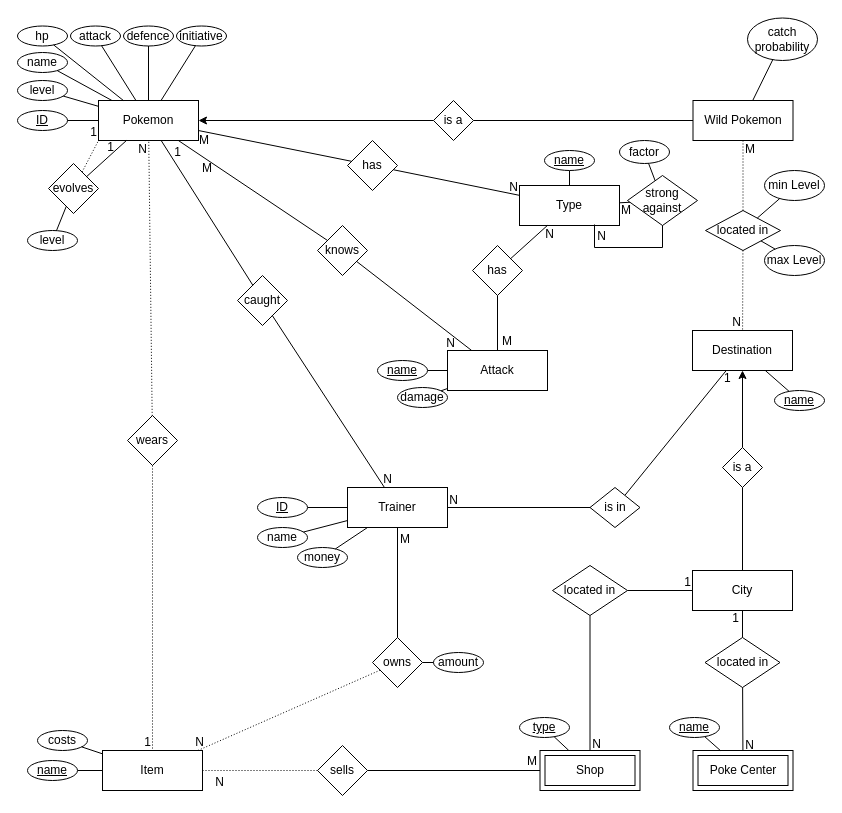
Earlier version of the draw.io diagram Pokemon Scuffed Gray.drawio (mypictur3esforu/Pokemon-Scuffed-Grey). Source tidied: cells renumbered, new cells numbered last; positions are measured from the earlier drawing's top-left corner, leaving out a move shared by most shapes. Both pictures are drawn from the tidied source at 100%, with x=0, y=0 at pixel (17, 17).
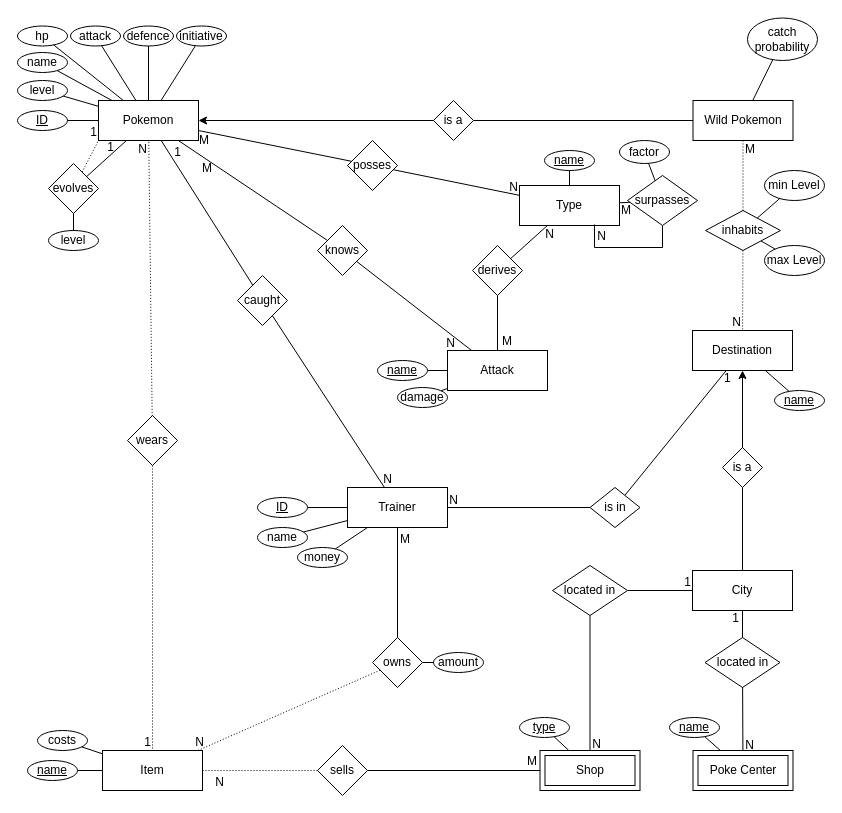
Above is the later version.

Diff of the diagram source:
```diff
@@
-    <mxCell id="57" value="has" style="shape=rhombus;perimeter=rhombusPerimeter;whiteSpace=wrap;html=1;align=center;" parent="1" vertex="1">
+    <mxCell id="57" value="posses" style="shape=rhombus;perimeter=rhombusPerimeter;whiteSpace=wrap;html=1;align=center;" parent="1" vertex="1">
       <mxGeometry x="330" y="123" width="50" height="50" as="geometry" />
     </mxCell>
@@
-    <mxCell id="62" value="strong against" style="shape=rhombus;perimeter=rhombusPerimeter;whiteSpace=wrap;html=1;align=center;" parent="1" vertex="1">
+    <mxCell id="62" value="surpasses" style="shape=rhombus;perimeter=rhombusPerimeter;whiteSpace=wrap;html=1;align=center;" parent="1" vertex="1">
       <mxGeometry x="610" y="158" width="70" height="50" as="geometry" />
     </mxCell>
@@
-    <mxCell id="67" value="located in" style="shape=rhombus;perimeter=rhombusPerimeter;whiteSpace=wrap;html=1;align=center;" parent="1" vertex="1">
+    <mxCell id="67" value="inhabits" style="shape=rhombus;perimeter=rhombusPerimeter;whiteSpace=wrap;html=1;align=center;" parent="1" vertex="1">
       <mxGeometry x="688" y="193" width="75" height="40" as="geometry" />
     </mxCell>
@@
-    <mxCell id="112" value="has" style="shape=rhombus;perimeter=rhombusPerimeter;whiteSpace=wrap;html=1;align=center;" parent="1" vertex="1">
+    <mxCell id="112" value="derives" style="shape=rhombus;perimeter=rhombusPerimeter;whiteSpace=wrap;html=1;align=center;" parent="1" vertex="1">
       <mxGeometry x="455" y="228" width="50" height="50" as="geometry" />
     </mxCell>
@@
     <mxCell id="130" value="level" style="ellipse;whiteSpace=wrap;html=1;align=center;" parent="1" vertex="1">
-      <mxGeometry x="10" y="213" width="50" height="20" as="geometry" />
+      <mxGeometry x="31" y="213" width="50" height="20" as="geometry" />
     </mxCell>
```
